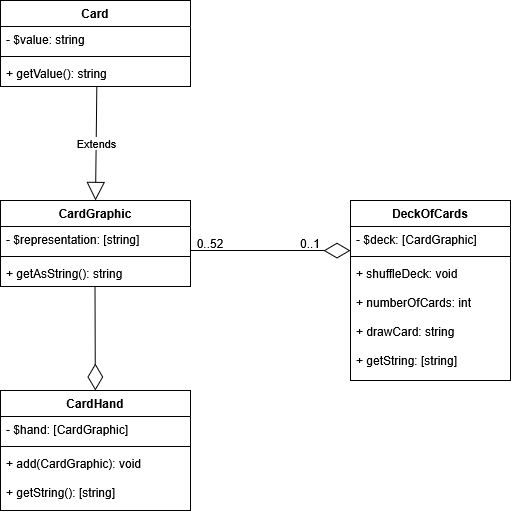
lisarosengren/MVC keeps this draw.io diagram as assets/images/kmom02mvc.png. Above is the earlier version. Source tidied: cells renumbered, new cells last; positions are measured from the earlier drawing's top-left corner, leaving out a move shared by most shapes.
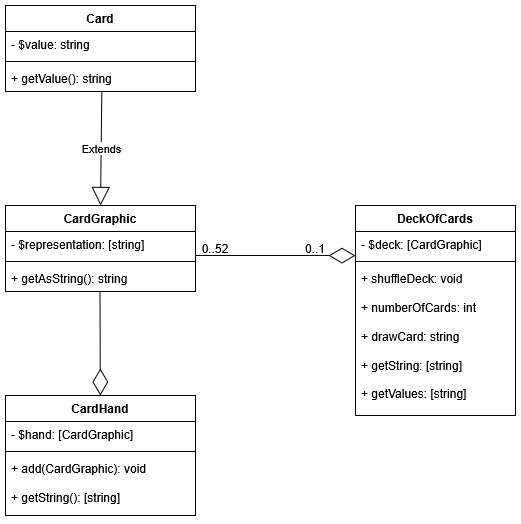
The same diagram one commit later.

The edit, as a diff of the source:
```diff
@@ -45,7 +45,7 @@
       <mxGeometry x="280" y="228" width="60" height="30" as="geometry" />
     </mxCell>
     <mxCell id="14" value="DeckOfCards" style="swimlane;fontStyle=1;align=center;verticalAlign=top;horizontal=1;startSize=26;whiteSpace=wrap;html=1;" parent="1" vertex="1">
-      <mxGeometry x="350" y="200" width="160" height="180" as="geometry" />
+      <mxGeometry x="350" y="200" width="160" height="210" as="geometry" />
     </mxCell>
     <mxCell id="15" value="- $deck: [CardGraphic]" style="text;strokeColor=none;fillColor=none;align=left;verticalAlign=top;spacingLeft=4;spacingRight=4;overflow=hidden;whiteSpace=wrap;html=1;" parent="14" vertex="1">
       <mxGeometry y="26" width="160" height="26" as="geometry" />
@@ -53,8 +53,8 @@
     <mxCell id="16" style="line;strokeWidth=1;fillColor=none;align=left;verticalAlign=middle;spacingTop=-1;spacingLeft=3;spacingRight=3;labelPosition=right;strokeColor=inherit;" parent="14" vertex="1">
       <mxGeometry y="52" width="160" height="8" as="geometry" />
     </mxCell>
-    <mxCell id="17" value="&lt;div&gt;+ shuffleDeck: void&lt;/div&gt;&lt;div&gt;&lt;br&gt;&lt;/div&gt;&lt;div&gt;+ numberOfCards: int&lt;/div&gt;&lt;div&gt;&lt;br&gt;&lt;/div&gt;&lt;div&gt;+ drawCard: string&lt;/div&gt;&lt;div&gt;&lt;br&gt;&lt;/div&gt;&lt;div&gt;+ getString: [string]&lt;/div&gt;&lt;div&gt;&lt;br&gt;&lt;/div&gt;" style="text;strokeColor=none;fillColor=none;align=left;verticalAlign=top;spacingLeft=4;spacingRight=4;overflow=hidden;whiteSpace=wrap;html=1;" parent="14" vertex="1">
-      <mxGeometry y="60" width="160" height="120" as="geometry" />
+    <mxCell id="17" value="&lt;div&gt;+ shuffleDeck: void&lt;/div&gt;&lt;div&gt;&lt;br&gt;&lt;/div&gt;&lt;div&gt;+ numberOfCards: int&lt;/div&gt;&lt;div&gt;&lt;br&gt;&lt;/div&gt;&lt;div&gt;+ drawCard: string&lt;/div&gt;&lt;div&gt;&lt;br&gt;&lt;/div&gt;&lt;div&gt;+ getString: [string]&lt;/div&gt;&lt;div&gt;&lt;br&gt;&lt;/div&gt;&lt;div&gt;+ getValues: [string]&lt;/div&gt;&lt;div&gt;&lt;br&gt;&lt;/div&gt;&lt;div&gt;&lt;br&gt;&lt;/div&gt;" style="text;strokeColor=none;fillColor=none;align=left;verticalAlign=top;spacingLeft=4;spacingRight=4;overflow=hidden;whiteSpace=wrap;html=1;" parent="14" vertex="1">
+      <mxGeometry y="60" width="160" height="150" as="geometry" />
     </mxCell>
     <mxCell id="18" value="CardHand" style="swimlane;fontStyle=1;align=center;verticalAlign=top;horizontal=1;startSize=26;whiteSpace=wrap;html=1;" parent="1" vertex="1">
       <mxGeometry y="390" width="190" height="120" as="geometry" />
```
